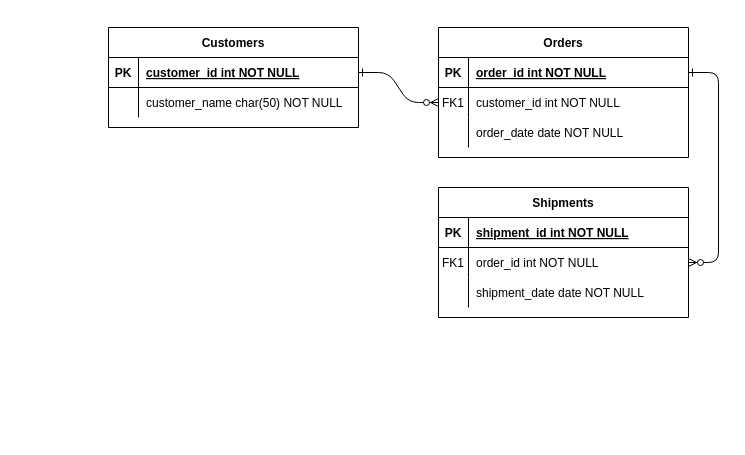
chaynes56/prison-outreach-national-database keeps this draw.io diagram as db/Untitled Diagram.drawio. Above is the earlier version. Source tidied: cells renumbered, new cells numbered last; positions are measured from the earlier drawing's top-left corner, leaving out a move shared by most shapes. Both pictures are drawn from the tidied source at 100%, with x=0, y=0 at pixel (108, 27).
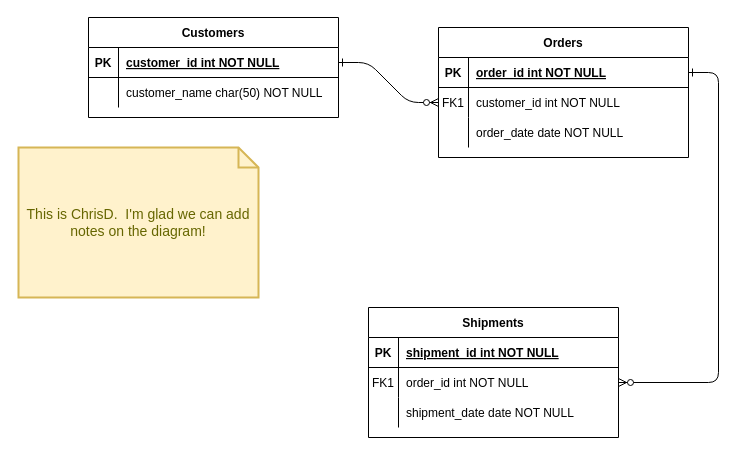
The same diagram, later.

Commit message:
add a sticky note

What changed in the source:
```diff
@@
     <mxCell id="14" value="Shipments" style="shape=table;startSize=30;childLayout=tableLayout;rowLines=0;fontStyle=1;align=center;" parent="1" vertex="1">
-      <mxGeometry x="330" y="160" width="250" height="130" as="geometry" />
+      <mxGeometry x="260" y="280" width="250" height="130" as="geometry" />
     </mxCell>
@@
     <mxCell id="24" value="Customers" style="shape=table;startSize=30;childLayout=tableLayout;rowLines=0;fontStyle=1;align=center;" parent="1" vertex="1">
-      <mxGeometry width="250" height="100" as="geometry" />
+      <mxGeometry x="-20" y="-10" width="250" height="100" as="geometry" />
     </mxCell>
@@
+    <mxCell id="31" value="This is ChrisD.&amp;nbsp; I'm glad we can add notes on the diagram!" style="shape=note;strokeWidth=2;fontSize=14;size=20;whiteSpace=wrap;html=1;fillColor=#fff2cc;strokeColor=#d6b656;fontColor=#666600;" parent="1" vertex="1">
+      <mxGeometry x="-90" y="120" width="240" height="150" as="geometry" />
+    </mxCell>
```
